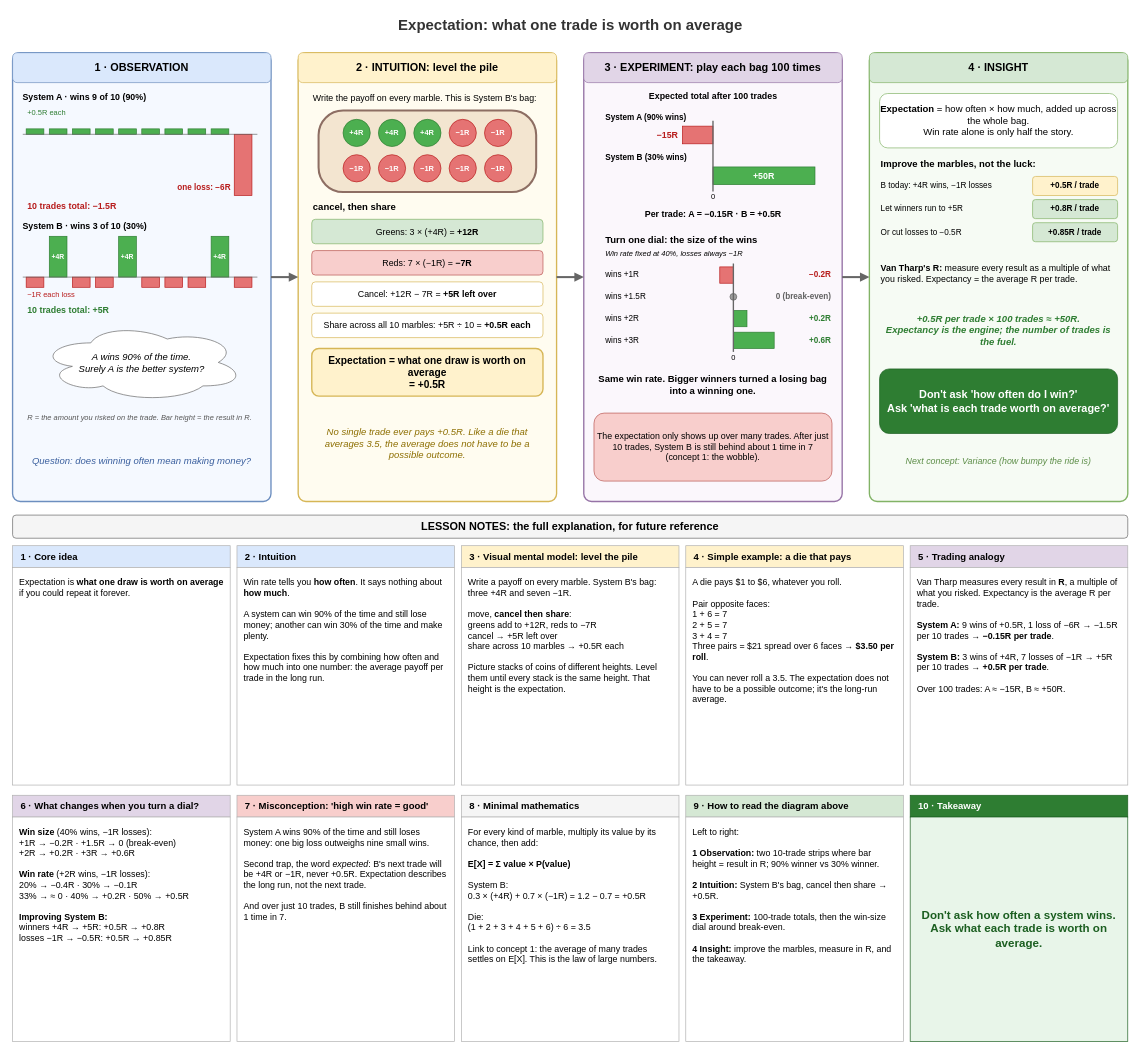
This is page "02 Expectation" (2 of 3) of seeing-theory/01-basic-probability.drawio from raj-champaneriya-ibm/continuous-learning, a draw.io file, before an edit. Source tidied: cells renumbered, new cells numbered last; positions are measured from the earlier drawing's top-left corner, leaving out a move shared by most shapes. Both pictures are drawn from the tidied source at 68%, with x=0, y=0 at pixel (12, 12).
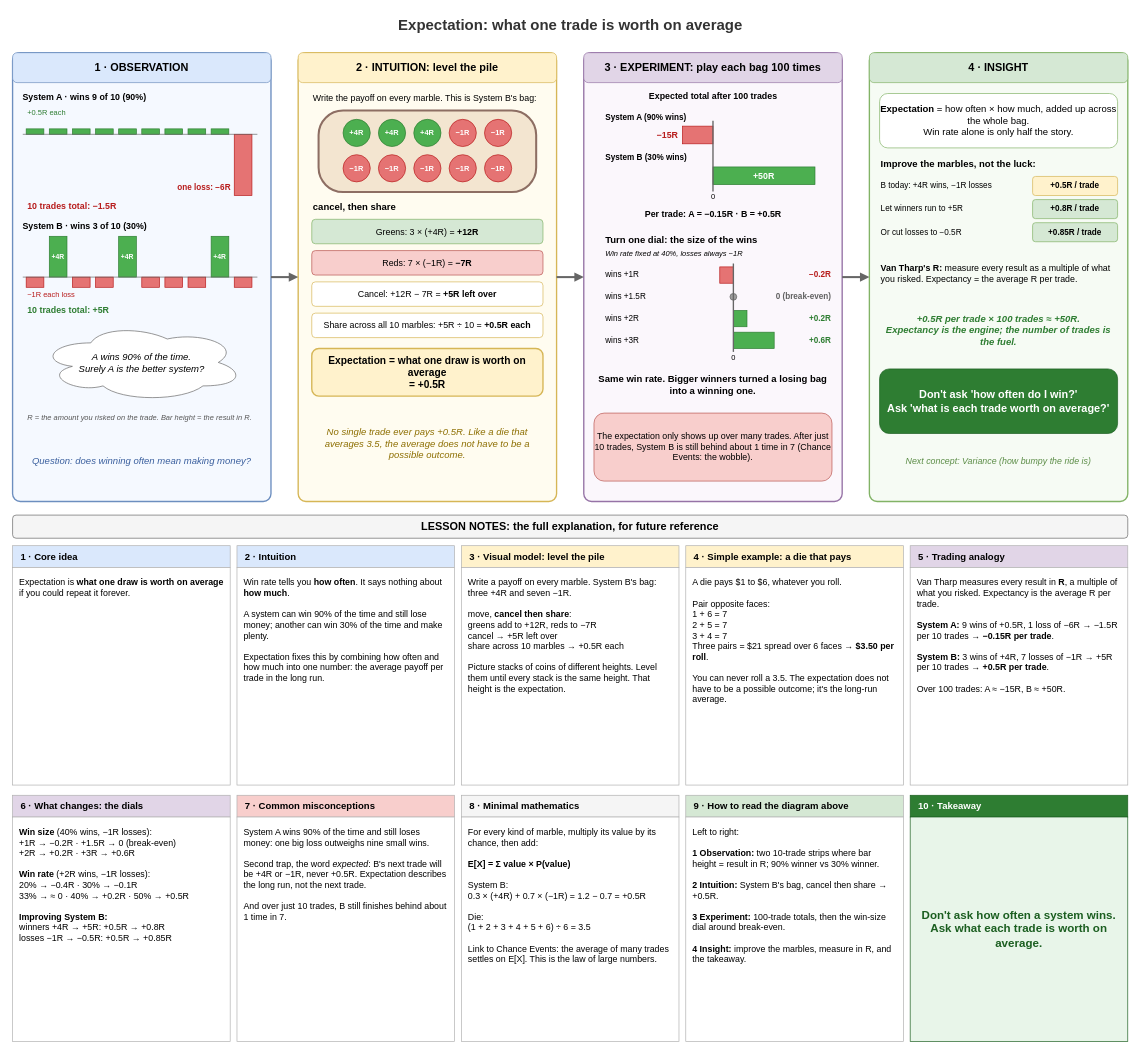
The same diagram, later.

Diff of the diagram source:
```diff
@@
-    <mxCell id="86" value="The expectation only shows up over many trades. After just 10 trades, System B is still behind about 1 time in 7 (concept 1: the wobble)." style="rounded=1;whiteSpace=wrap;html=1;fillColor=#f8cecc;strokeColor=#b85450;fontSize=13;" parent="1" vertex="1">
+    <mxCell id="86" value="The expectation only shows up over many trades. After just 10 trades, System B is still behind about 1 time in 7 (Chance Events: the wobble)." style="rounded=1;whiteSpace=wrap;html=1;fillColor=#f8cecc;strokeColor=#b85450;fontSize=13;" parent="1" vertex="1">
       <mxGeometry x="855" y="590" width="350" height="100" as="geometry" />
     </mxCell>
@@
-    <mxCell id="109" value="3 · Visual mental model: level the pile" style="rounded=0;whiteSpace=wrap;html=1;fillColor=#fff2cc;strokeColor=#B0B0B0;align=left;spacingLeft=10;fontSize=14;fontStyle=1;" parent="1" vertex="1">
+    <mxCell id="109" value="3 · Visual model: level the pile" style="rounded=0;whiteSpace=wrap;html=1;fillColor=#fff2cc;strokeColor=#B0B0B0;align=left;spacingLeft=10;fontSize=14;fontStyle=1;" parent="1" vertex="1">
       <mxGeometry x="660" y="785" width="320" height="32" as="geometry" />
     </mxCell>
@@
-    <mxCell id="115" value="6 · What changes when you turn a dial?" style="rounded=0;whiteSpace=wrap;html=1;fillColor=#e1d5e7;strokeColor=#B0B0B0;align=left;spacingLeft=10;fontSize=14;fontStyle=1;" parent="1" vertex="1">
+    <mxCell id="115" value="6 · What changes: the dials" style="rounded=0;whiteSpace=wrap;html=1;fillColor=#e1d5e7;strokeColor=#B0B0B0;align=left;spacingLeft=10;fontSize=14;fontStyle=1;" parent="1" vertex="1">
       <mxGeometry y="1152" width="320" height="32" as="geometry" />
     </mxCell>
@@
-    <mxCell id="117" value="7 · Misconception: 'high win rate = good'" style="rounded=0;whiteSpace=wrap;html=1;fillColor=#f8cecc;strokeColor=#B0B0B0;align=left;spacingLeft=10;fontSize=14;fontStyle=1;" parent="1" vertex="1">
+    <mxCell id="117" value="7 · Common misconceptions" style="rounded=0;whiteSpace=wrap;html=1;fillColor=#f8cecc;strokeColor=#B0B0B0;align=left;spacingLeft=10;fontSize=14;fontStyle=1;" parent="1" vertex="1">
       <mxGeometry x="330" y="1152" width="320" height="32" as="geometry" />
     </mxCell>
@@
-    <mxCell id="120" value="For every kind of marble, multiply its value by its chance, then add:&lt;br&gt;&lt;br&gt;&lt;b&gt;E[X] = Σ value × P(value)&lt;/b&gt;&lt;br&gt;&lt;br&gt;System B:&lt;br&gt;0.3 × (+4R) + 0.7 × (−1R) = 1.2 − 0.7 = +0.5R&lt;br&gt;&lt;br&gt;Die:&lt;br&gt;(1 + 2 + 3 + 4 + 5 + 6) ÷ 6 = 3.5&lt;br&gt;&lt;br&gt;Link to concept 1: the average of many trades settles on E[X]. This is the law of large numbers." style="rounded=0;whiteSpace=wrap;html=1;fillColor=#FFFFFF;strokeColor=#B0B0B0;align=left;verticalAlign=top;spacing=10;fontSize=13;" parent="1" vertex="1">
+    <mxCell id="120" value="For every kind of marble, multiply its value by its chance, then add:&lt;br&gt;&lt;br&gt;&lt;b&gt;E[X] = Σ value × P(value)&lt;/b&gt;&lt;br&gt;&lt;br&gt;System B:&lt;br&gt;0.3 × (+4R) + 0.7 × (−1R) = 1.2 − 0.7 = +0.5R&lt;br&gt;&lt;br&gt;Die:&lt;br&gt;(1 + 2 + 3 + 4 + 5 + 6) ÷ 6 = 3.5&lt;br&gt;&lt;br&gt;Link to Chance Events: the average of many trades settles on E[X]. This is the law of large numbers." style="rounded=0;whiteSpace=wrap;html=1;fillColor=#FFFFFF;strokeColor=#B0B0B0;align=left;verticalAlign=top;spacing=10;fontSize=13;" parent="1" vertex="1">
       <mxGeometry x="660" y="1184" width="320" height="330" as="geometry" />
     </mxCell>
```
